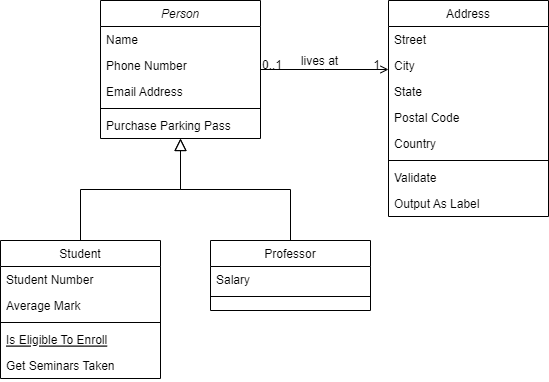
Above: Desafios/POO/Diagrama sem nome.drawio.png in Eduardo-Soares-Sousa/dio-trilha-java-basico (draw.io), before the change. Source tidied: cells renumbered, new cells last; positions are measured from the earlier drawing's top-left corner, leaving out a move shared by most shapes.
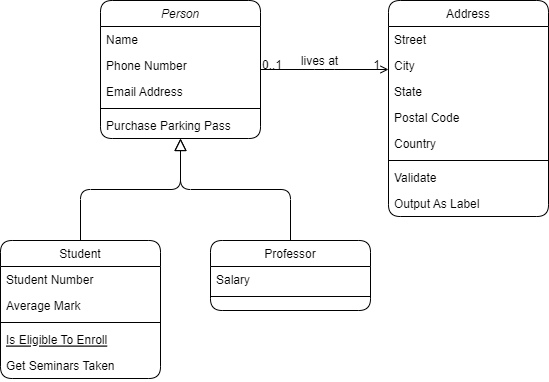
The same diagram one commit later.

Commit message:
configurando o diagrama

What changed in the source:
```diff
@@ -1,101 +1,101 @@
-<mxGraphModel>
+<mxGraphModel background="#ffffff">
   <root>
     <mxCell id="0" />
     <mxCell id="1" parent="0" />
-    <mxCell id="2" value="Person" style="swimlane;fontStyle=2;align=center;verticalAlign=top;horizontal=1;startSize=26;rounded=0;shadow=0;strokeWidth=1;" parent="1" vertex="1">
+    <mxCell id="2" value="Person" style="swimlane;fontStyle=2;align=center;verticalAlign=top;horizontal=1;startSize=26;rounded=1;shadow=0;strokeWidth=1;labelBackgroundColor=none;" parent="1" vertex="1">
       <mxGeometry x="100" width="160" height="138" as="geometry" />
     </mxCell>
-    <mxCell id="3" value="Name" style="text;align=left;verticalAlign=top;spacingLeft=4;spacingRight=4;overflow=hidden;" parent="2" vertex="1">
+    <mxCell id="3" value="Name" style="text;align=left;verticalAlign=top;spacingLeft=4;spacingRight=4;overflow=hidden;labelBackgroundColor=none;rounded=1;" parent="2" vertex="1">
       <mxGeometry y="26" width="160" height="26" as="geometry" />
     </mxCell>
-    <mxCell id="4" value="Phone Number" style="text;align=left;verticalAlign=top;spacingLeft=4;spacingRight=4;overflow=hidden;rounded=0;shadow=0;html=0;" parent="2" vertex="1">
+    <mxCell id="4" value="Phone Number" style="text;align=left;verticalAlign=top;spacingLeft=4;spacingRight=4;overflow=hidden;rounded=1;shadow=0;html=0;labelBackgroundColor=none;" parent="2" vertex="1">
       <mxGeometry y="52" width="160" height="26" as="geometry" />
     </mxCell>
-    <mxCell id="5" value="Email Address" style="text;align=left;verticalAlign=top;spacingLeft=4;spacingRight=4;overflow=hidden;rounded=0;shadow=0;html=0;" parent="2" vertex="1">
+    <mxCell id="5" value="Email Address" style="text;align=left;verticalAlign=top;spacingLeft=4;spacingRight=4;overflow=hidden;rounded=1;shadow=0;html=0;labelBackgroundColor=none;" parent="2" vertex="1">
       <mxGeometry y="78" width="160" height="26" as="geometry" />
     </mxCell>
-    <mxCell id="6" style="line;html=1;strokeWidth=1;align=left;verticalAlign=middle;spacingTop=-1;spacingLeft=3;spacingRight=3;labelPosition=right;" parent="2" vertex="1">
+    <mxCell id="6" style="line;html=1;strokeWidth=1;align=left;verticalAlign=middle;spacingTop=-1;spacingLeft=3;spacingRight=3;labelPosition=right;labelBackgroundColor=none;rounded=1;" parent="2" vertex="1">
       <mxGeometry y="104" width="160" height="8" as="geometry" />
     </mxCell>
-    <mxCell id="7" value="Purchase Parking Pass" style="text;align=left;verticalAlign=top;spacingLeft=4;spacingRight=4;overflow=hidden;" parent="2" vertex="1">
+    <mxCell id="7" value="Purchase Parking Pass" style="text;align=left;verticalAlign=top;spacingLeft=4;spacingRight=4;overflow=hidden;labelBackgroundColor=none;rounded=1;" parent="2" vertex="1">
       <mxGeometry y="112" width="160" height="26" as="geometry" />
     </mxCell>
-    <mxCell id="8" value="Student" style="swimlane;fontStyle=0;align=center;verticalAlign=top;horizontal=1;startSize=26;rounded=0;shadow=0;strokeWidth=1;" parent="1" vertex="1">
+    <mxCell id="8" value="Student" style="swimlane;fontStyle=0;align=center;verticalAlign=top;horizontal=1;startSize=26;rounded=1;shadow=0;strokeWidth=1;labelBackgroundColor=none;" parent="1" vertex="1">
       <mxGeometry y="240" width="160" height="138" as="geometry" />
     </mxCell>
-    <mxCell id="9" value="Student Number" style="text;align=left;verticalAlign=top;spacingLeft=4;spacingRight=4;overflow=hidden;" parent="8" vertex="1">
+    <mxCell id="9" value="Student Number" style="text;align=left;verticalAlign=top;spacingLeft=4;spacingRight=4;overflow=hidden;labelBackgroundColor=none;rounded=1;" parent="8" vertex="1">
       <mxGeometry y="26" width="160" height="26" as="geometry" />
     </mxCell>
-    <mxCell id="10" value="Average Mark" style="text;align=left;verticalAlign=top;spacingLeft=4;spacingRight=4;overflow=hidden;rounded=0;shadow=0;html=0;" parent="8" vertex="1">
+    <mxCell id="10" value="Average Mark" style="text;align=left;verticalAlign=top;spacingLeft=4;spacingRight=4;overflow=hidden;rounded=1;shadow=0;html=0;labelBackgroundColor=none;" parent="8" vertex="1">
       <mxGeometry y="52" width="160" height="26" as="geometry" />
     </mxCell>
-    <mxCell id="11" style="line;html=1;strokeWidth=1;align=left;verticalAlign=middle;spacingTop=-1;spacingLeft=3;spacingRight=3;labelPosition=right;" parent="8" vertex="1">
+    <mxCell id="11" style="line;html=1;strokeWidth=1;align=left;verticalAlign=middle;spacingTop=-1;spacingLeft=3;spacingRight=3;labelPosition=right;labelBackgroundColor=none;rounded=1;" parent="8" vertex="1">
       <mxGeometry y="78" width="160" height="8" as="geometry" />
     </mxCell>
-    <mxCell id="12" value="Is Eligible To Enroll" style="text;align=left;verticalAlign=top;spacingLeft=4;spacingRight=4;overflow=hidden;fontStyle=4;" parent="8" vertex="1">
+    <mxCell id="12" value="Is Eligible To Enroll" style="text;align=left;verticalAlign=top;spacingLeft=4;spacingRight=4;overflow=hidden;fontStyle=4;labelBackgroundColor=none;rounded=1;" parent="8" vertex="1">
       <mxGeometry y="86" width="160" height="26" as="geometry" />
     </mxCell>
-    <mxCell id="13" value="Get Seminars Taken" style="text;align=left;verticalAlign=top;spacingLeft=4;spacingRight=4;overflow=hidden;" parent="8" vertex="1">
+    <mxCell id="13" value="Get Seminars Taken" style="text;align=left;verticalAlign=top;spacingLeft=4;spacingRight=4;overflow=hidden;labelBackgroundColor=none;rounded=1;" parent="8" vertex="1">
       <mxGeometry y="112" width="160" height="26" as="geometry" />
     </mxCell>
-    <mxCell id="14" style="endArrow=block;endSize=10;endFill=0;shadow=0;strokeWidth=1;rounded=0;curved=0;edgeStyle=elbowEdgeStyle;elbow=vertical;" parent="1" edge="1" source="8" target="2">
+    <mxCell id="14" style="endArrow=block;endSize=10;endFill=0;shadow=0;strokeWidth=1;rounded=1;curved=0;edgeStyle=elbowEdgeStyle;elbow=vertical;labelBackgroundColor=none;fontColor=default;" parent="1" edge="1" source="8" target="2">
       <mxGeometry relative="1" as="geometry" />
     </mxCell>
-    <mxCell id="15" value="Professor" style="swimlane;fontStyle=0;align=center;verticalAlign=top;horizontal=1;startSize=26;rounded=0;shadow=0;strokeWidth=1;" parent="1" vertex="1">
+    <mxCell id="15" value="Professor" style="swimlane;fontStyle=0;align=center;verticalAlign=top;horizontal=1;startSize=26;rounded=1;shadow=0;strokeWidth=1;labelBackgroundColor=none;" parent="1" vertex="1">
       <mxGeometry x="210" y="240" width="160" height="70" as="geometry" />
     </mxCell>
-    <mxCell id="16" value="Salary" style="text;align=left;verticalAlign=top;spacingLeft=4;spacingRight=4;overflow=hidden;" parent="15" vertex="1">
+    <mxCell id="16" value="Salary" style="text;align=left;verticalAlign=top;spacingLeft=4;spacingRight=4;overflow=hidden;labelBackgroundColor=none;rounded=1;" parent="15" vertex="1">
       <mxGeometry y="26" width="160" height="26" as="geometry" />
     </mxCell>
-    <mxCell id="17" style="line;html=1;strokeWidth=1;align=left;verticalAlign=middle;spacingTop=-1;spacingLeft=3;spacingRight=3;labelPosition=right;" parent="15" vertex="1">
+    <mxCell id="17" style="line;html=1;strokeWidth=1;align=left;verticalAlign=middle;spacingTop=-1;spacingLeft=3;spacingRight=3;labelPosition=right;labelBackgroundColor=none;rounded=1;" parent="15" vertex="1">
       <mxGeometry y="52" width="160" height="8" as="geometry" />
     </mxCell>
-    <mxCell id="18" style="endArrow=block;endSize=10;endFill=0;shadow=0;strokeWidth=1;rounded=0;curved=0;edgeStyle=elbowEdgeStyle;elbow=vertical;" parent="1" edge="1" source="15" target="2">
+    <mxCell id="18" style="endArrow=block;endSize=10;endFill=0;shadow=0;strokeWidth=1;rounded=1;curved=0;edgeStyle=elbowEdgeStyle;elbow=vertical;labelBackgroundColor=none;fontColor=default;" parent="1" edge="1" source="15" target="2">
       <mxGeometry relative="1" as="geometry" />
     </mxCell>
-    <mxCell id="19" value="Address" style="swimlane;fontStyle=0;align=center;verticalAlign=top;horizontal=1;startSize=26;rounded=0;shadow=0;strokeWidth=1;" parent="1" vertex="1">
+    <mxCell id="19" value="Address" style="swimlane;fontStyle=0;align=center;verticalAlign=top;horizontal=1;startSize=26;rounded=1;shadow=0;strokeWidth=1;labelBackgroundColor=none;" parent="1" vertex="1">
       <mxGeometry x="388" width="160" height="216" as="geometry" />
     </mxCell>
-    <mxCell id="20" value="Street" style="text;align=left;verticalAlign=top;spacingLeft=4;spacingRight=4;overflow=hidden;" parent="19" vertex="1">
+    <mxCell id="20" value="Street" style="text;align=left;verticalAlign=top;spacingLeft=4;spacingRight=4;overflow=hidden;labelBackgroundColor=none;rounded=1;" parent="19" vertex="1">
       <mxGeometry y="26" width="160" height="26" as="geometry" />
     </mxCell>
-    <mxCell id="21" value="City" style="text;align=left;verticalAlign=top;spacingLeft=4;spacingRight=4;overflow=hidden;rounded=0;shadow=0;html=0;" parent="19" vertex="1">
+    <mxCell id="21" value="City" style="text;align=left;verticalAlign=top;spacingLeft=4;spacingRight=4;overflow=hidden;rounded=1;shadow=0;html=0;labelBackgroundColor=none;" parent="19" vertex="1">
       <mxGeometry y="52" width="160" height="26" as="geometry" />
     </mxCell>
-    <mxCell id="22" value="State" style="text;align=left;verticalAlign=top;spacingLeft=4;spacingRight=4;overflow=hidden;rounded=0;shadow=0;html=0;" parent="19" vertex="1">
+    <mxCell id="22" value="State" style="text;align=left;verticalAlign=top;spacingLeft=4;spacingRight=4;overflow=hidden;rounded=1;shadow=0;html=0;labelBackgroundColor=none;" parent="19" vertex="1">
       <mxGeometry y="78" width="160" height="26" as="geometry" />
     </mxCell>
-    <mxCell id="23" value="Postal Code" style="text;align=left;verticalAlign=top;spacingLeft=4;spacingRight=4;overflow=hidden;rounded=0;shadow=0;html=0;" parent="19" vertex="1">
+    <mxCell id="23" value="Postal Code" style="text;align=left;verticalAlign=top;spacingLeft=4;spacingRight=4;overflow=hidden;rounded=1;shadow=0;html=0;labelBackgroundColor=none;" parent="19" vertex="1">
       <mxGeometry y="104" width="160" height="26" as="geometry" />
     </mxCell>
-    <mxCell id="24" value="Country" style="text;align=left;verticalAlign=top;spacingLeft=4;spacingRight=4;overflow=hidden;rounded=0;shadow=0;html=0;" parent="19" vertex="1">
+    <mxCell id="24" value="Country" style="text;align=left;verticalAlign=top;spacingLeft=4;spacingRight=4;overflow=hidden;rounded=1;shadow=0;html=0;labelBackgroundColor=none;" parent="19" vertex="1">
       <mxGeometry y="130" width="160" height="26" as="geometry" />
     </mxCell>
-    <mxCell id="25" style="line;html=1;strokeWidth=1;align=left;verticalAlign=middle;spacingTop=-1;spacingLeft=3;spacingRight=3;labelPosition=right;" parent="19" vertex="1">
+    <mxCell id="25" style="line;html=1;strokeWidth=1;align=left;verticalAlign=middle;spacingTop=-1;spacingLeft=3;spacingRight=3;labelPosition=right;labelBackgroundColor=none;rounded=1;" parent="19" vertex="1">
       <mxGeometry y="156" width="160" height="8" as="geometry" />
     </mxCell>
-    <mxCell id="26" value="Validate" style="text;align=left;verticalAlign=top;spacingLeft=4;spacingRight=4;overflow=hidden;" parent="19" vertex="1">
+    <mxCell id="26" value="Validate" style="text;align=left;verticalAlign=top;spacingLeft=4;spacingRight=4;overflow=hidden;labelBackgroundColor=none;rounded=1;" parent="19" vertex="1">
       <mxGeometry y="164" width="160" height="26" as="geometry" />
     </mxCell>
-    <mxCell id="27" value="Output As Label" style="text;align=left;verticalAlign=top;spacingLeft=4;spacingRight=4;overflow=hidden;" parent="19" vertex="1">
+    <mxCell id="27" value="Output As Label" style="text;align=left;verticalAlign=top;spacingLeft=4;spacingRight=4;overflow=hidden;labelBackgroundColor=none;rounded=1;" parent="19" vertex="1">
       <mxGeometry y="190" width="160" height="26" as="geometry" />
     </mxCell>
-    <mxCell id="28" style="endArrow=open;shadow=0;strokeWidth=1;rounded=0;curved=0;endFill=1;edgeStyle=elbowEdgeStyle;elbow=vertical;" parent="1" edge="1" source="2" target="19">
+    <mxCell id="28" style="endArrow=open;shadow=0;strokeWidth=1;rounded=1;curved=0;endFill=1;edgeStyle=elbowEdgeStyle;elbow=vertical;labelBackgroundColor=none;fontColor=default;" parent="1" edge="1" source="2" target="19">
       <mxGeometry x="0.5" y="41" relative="1" as="geometry">
         <mxPoint x="-40" y="32" as="offset" />
       </mxGeometry>
     </mxCell>
-    <mxCell id="29" value="0..1" style="align=left;verticalAlign=bottom;labelBackgroundColor=none;fontSize=12;" parent="28" vertex="1">
+    <mxCell id="29" value="0..1" style="align=left;verticalAlign=bottom;labelBackgroundColor=none;fontSize=12;rounded=1;" parent="28" vertex="1">
       <mxGeometry x="-1" relative="1" as="geometry">
         <mxPoint y="4" as="offset" />
       </mxGeometry>
     </mxCell>
-    <mxCell id="30" value="1" style="align=right;verticalAlign=bottom;labelBackgroundColor=none;fontSize=12;" parent="28" vertex="1">
+    <mxCell id="30" value="1" style="align=right;verticalAlign=bottom;labelBackgroundColor=none;fontSize=12;rounded=1;" parent="28" vertex="1">
       <mxGeometry x="1" relative="1" as="geometry">
         <mxPoint x="-7" y="4" as="offset" />
       </mxGeometry>
     </mxCell>
-    <mxCell id="31" value="lives at" style="text;html=1;align=center;verticalAlign=middle;labelBackgroundColor=none;rounded=0;shadow=0;strokeWidth=1;fontSize=12;" parent="28" vertex="1">
+    <mxCell id="31" value="lives at" style="text;html=1;align=center;verticalAlign=middle;labelBackgroundColor=none;rounded=1;shadow=0;strokeWidth=1;fontSize=12;" parent="28" vertex="1">
       <mxGeometry x="0.5" y="49" relative="1" as="geometry">
         <mxPoint x="-38" y="40" as="offset" />
       </mxGeometry>
```
